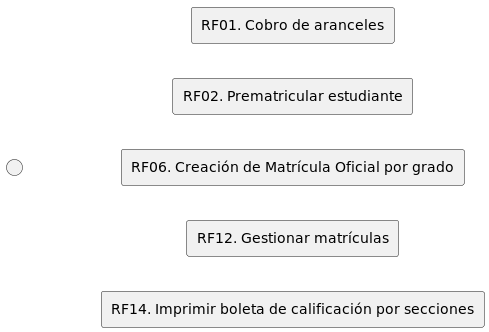
The PlantUML diagram out/UseCaseView/Requisites.png in wsmcbl/wsmcbl.doc, before a commit.
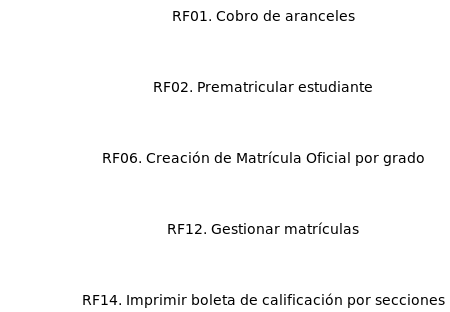
After the change.

Change to the diagram source:
```diff
@@ -1,18 +1,19 @@
 @startuml
-skinparam BackgroundColor transparent
 left to right direction
 
 
-rectangle RF01 as "RF01. Cobro de aranceles"
-rectangle RF02 as "RF02. Prematricular estudiante"
-rectangle RF06 as "RF06. Creación de Matrícula Oficial por grado"
-rectangle RF12 as "RF12. Gestionar matrículas"
-rectangle RF14 as "RF14. Imprimir boleta de calificación por secciones"
+label 0 as " "
 
-" " --[hidden]> RF01
-" " --[hidden]> RF02
-" " --[hidden]> RF06
-" " --[hidden]> RF12
-" " --[hidden]> RF14
+label RF01 as "RF01. Cobro de aranceles"
+label RF02 as "RF02. Prematricular estudiante"
+label RF06 as "RF06. Creación de Matrícula Oficial por grado"
+label RF12 as "RF12. Gestionar matrículas"
+label RF14 as "RF14. Imprimir boleta de calificación por secciones"
+
+0 ..[hidden]> RF01
+0 ..[hidden]> RF02
+0 ..[hidden]> RF06
+0 ..[hidden]> RF12
+0 ..[hidden]> RF14
 
 @enduml
```
